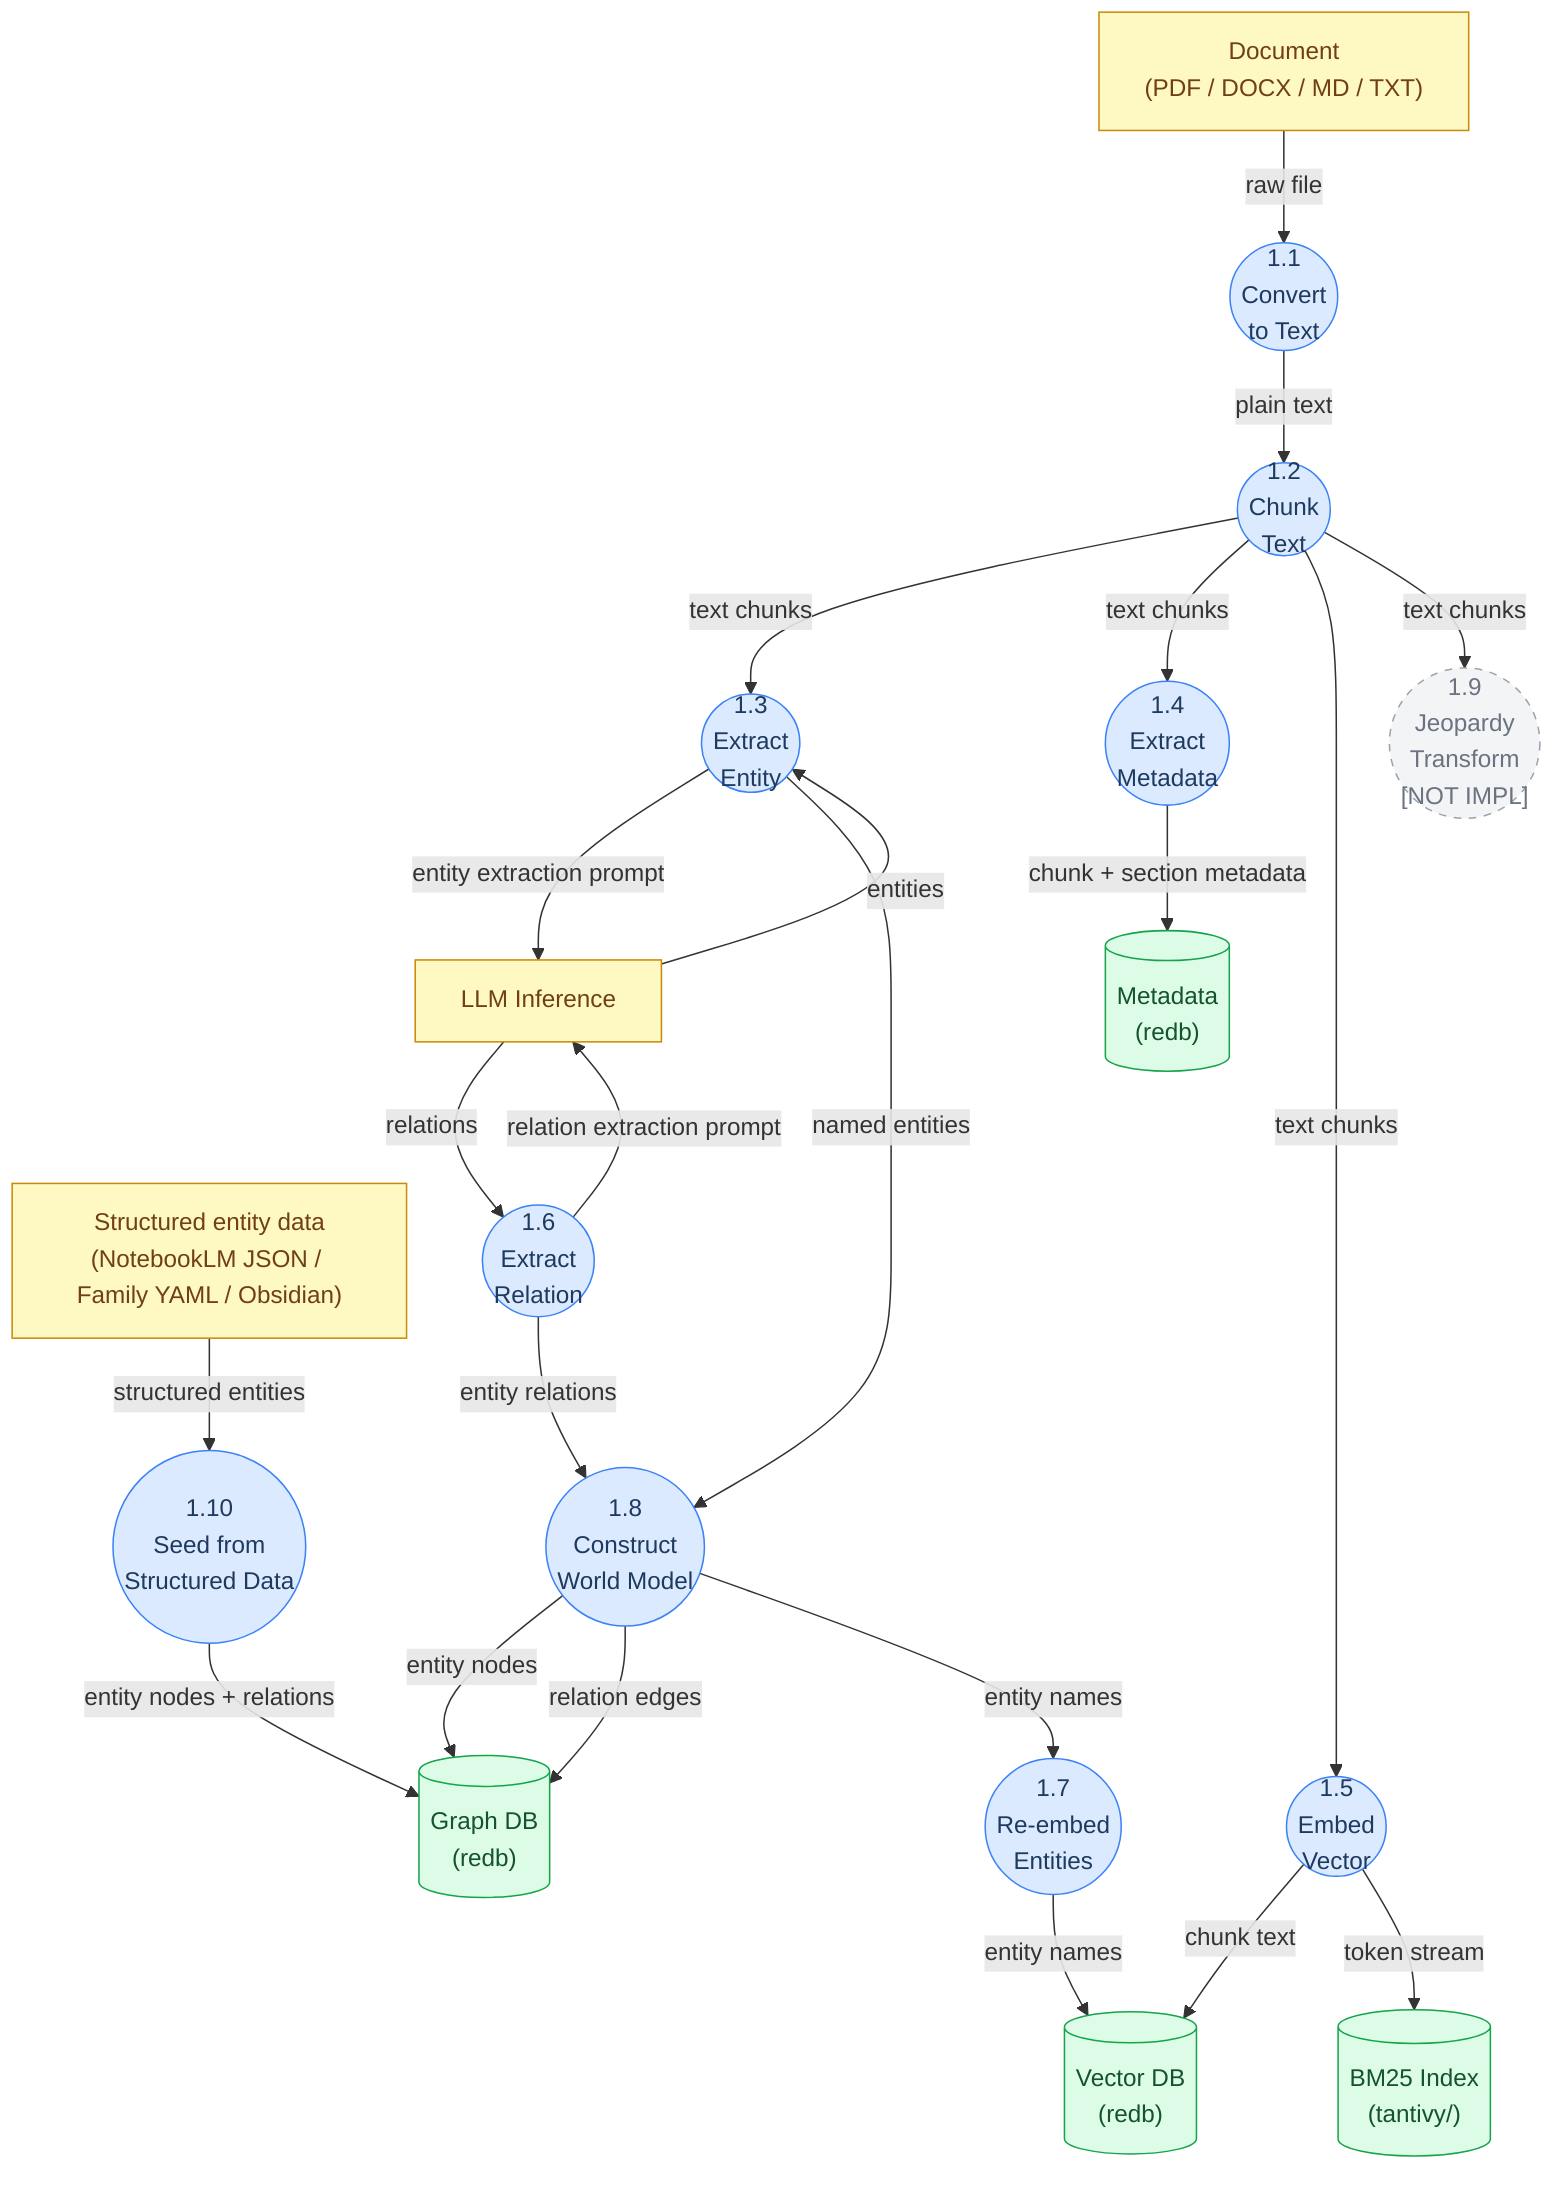
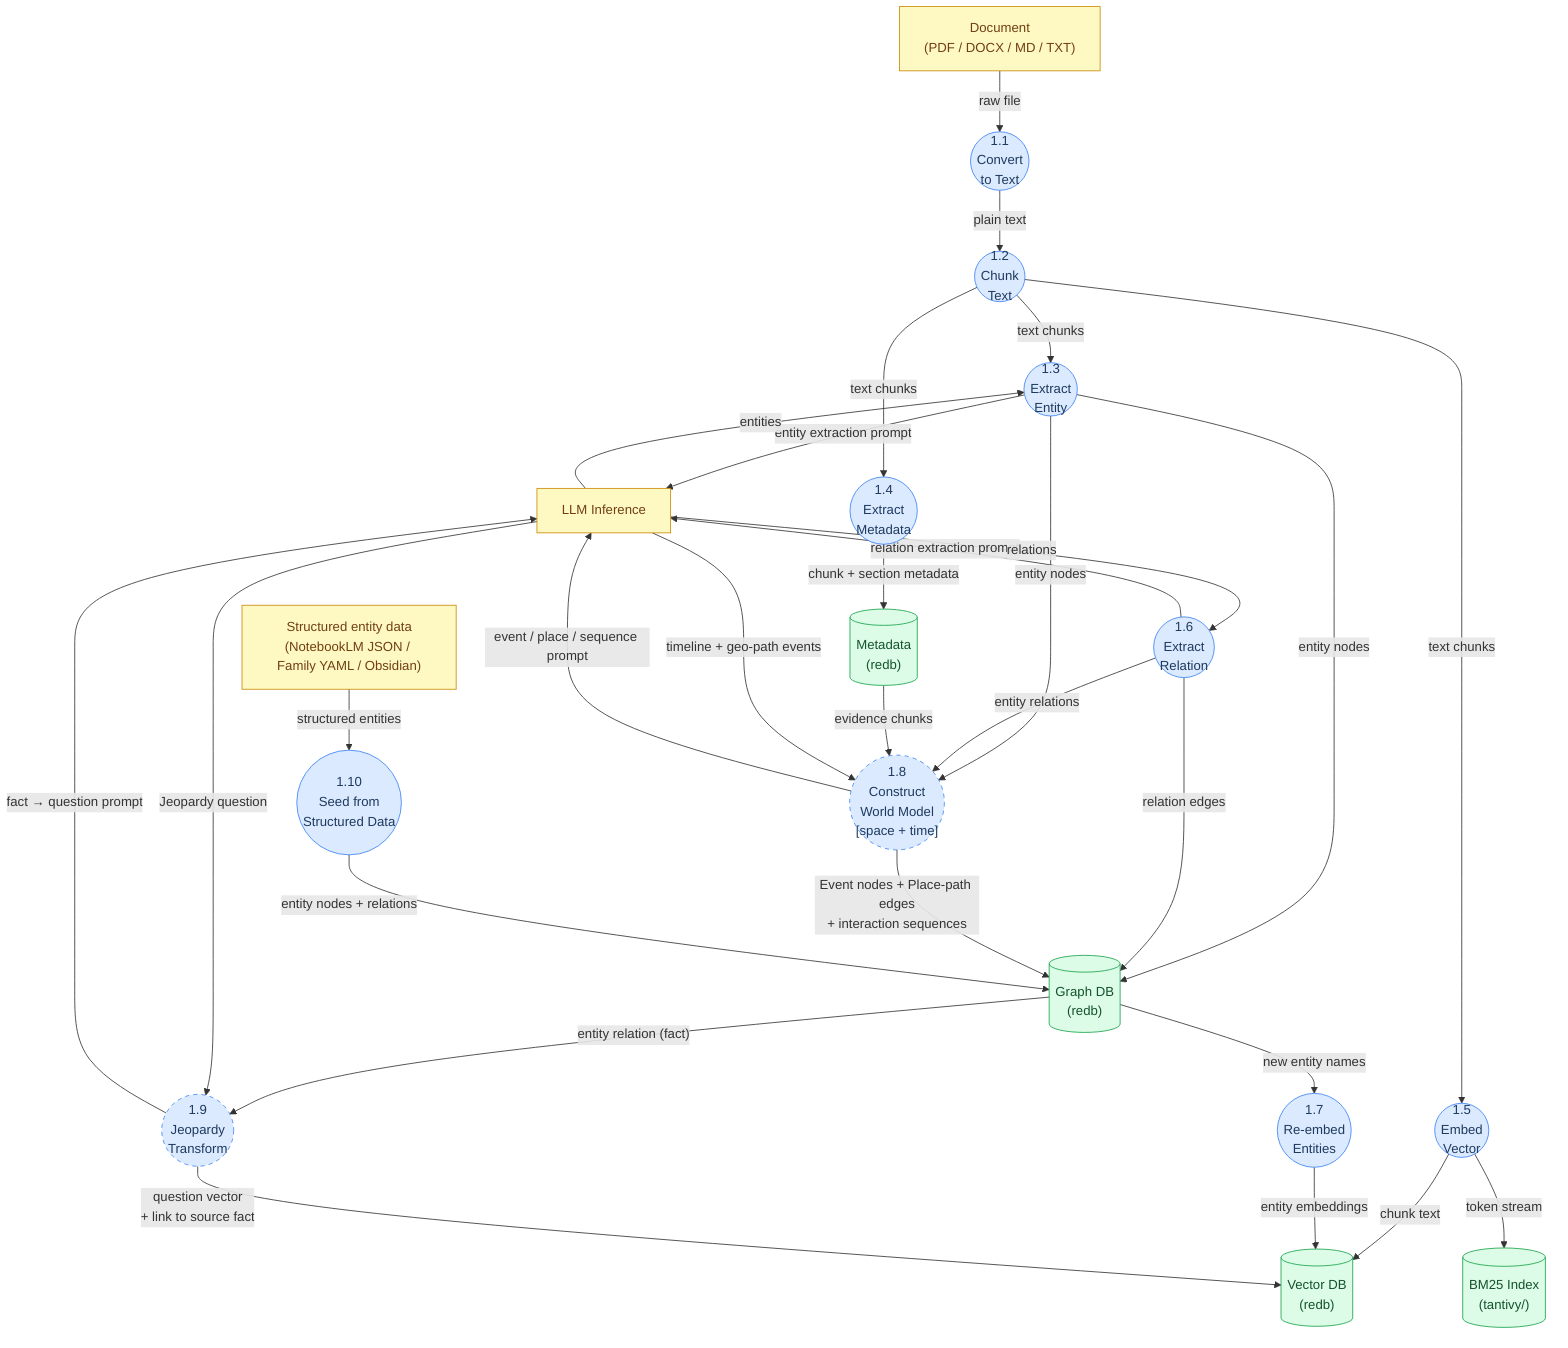
flowchart TD
-     classDef process fill:#dbeafe,stroke:#3b82f6,color:#1e3a5f
+     classDef process  fill:#dbeafe,stroke:#3b82f6,color:#1e3a5f
    classDef external fill:#fef9c3,stroke:#ca8a04,color:#713f12
-     classDef store fill:#dcfce7,stroke:#16a34a,color:#14532d
-     classDef stub fill:#f3f4f6,stroke:#9ca3af,color:#6b7280,stroke-dasharray:5 5
+     classDef store    fill:#dcfce7,stroke:#16a34a,color:#14532d
+     classDef designed fill:#dbeafe,stroke:#3b82f6,color:#1e3a5f,stroke-dasharray:5 5

    DOC["Document\n(PDF / DOCX / MD / TXT)"]:::external
    SEED["Structured entity data\n(NotebookLM JSON / Family YAML / Obsidian)"]:::external
    LLM["LLM Inference"]:::external

    %% Data stores
    VDB[("Vector DB\n(redb)")]:::store
    MDB[("Metadata\n(redb)")]:::store
    GDB[("Graph DB\n(redb)")]:::store
    BM25[("BM25 Index\n(tantivy/)")]:::store

    %% Process nodes
    P11(("1.1\nConvert\nto Text")):::process
    P12(("1.2\nChunk\nText")):::process
    P13(("1.3\nExtract\nEntity")):::process
    P14(("1.4\nExtract\nMetadata")):::process
    P15(("1.5\nEmbed\nVector")):::process
    P16(("1.6\nExtract\nRelation")):::process
    P17(("1.7\nRe-embed\nEntities")):::process
-     P18(("1.8\nConstruct\nWorld Model")):::process
-     P19(("1.9\nJeopardy\nTransform\n[NOT IMPL]")):::stub
+     P18(("1.8\nConstruct\nWorld Model\n[space + time]")):::designed
+     P19(("1.9\nJeopardy\nTransform")):::designed
    P110(("1.10\nSeed from\nStructured Data")):::process

    %% Code annotations
-     %% 1.1 → document.rs : extract_text()
-     %% 1.2 → chunker.rs : split_text()
-     %% 1.3 → graph.rs : extract_from_text()  [entity path]
-     %% 1.4 → meta_store.rs : put_chunks()
-     %% 1.5 → embedder.rs : embed_batch()
-     %% 1.6 → graph.rs : extract_from_text()  [relation path]
-     %% 1.7 → ingestion.rs / dream_tasks.rs
-     %% 1.8 → graph.rs : upsert_entity() + upsert_relation()
-     %% 1.9 → wiki.rs  (stub, not implemented)
+     %% 1.1  → document.rs : extract_text()
+     %% 1.2  → chunker.rs : split_text()
+     %% 1.3  → graph.rs : extract_from_text() [entity path] + upsert_entity()
+     %% 1.4  → meta_store.rs : put_chunks()
+     %% 1.5  → embedder.rs : embed_batch()
+     %% 1.6  → graph.rs : extract_from_text() [relation path] + upsert_relation()
+     %% 1.7  → ingestion.rs / dream_tasks.rs
+     %% 1.8  → [DESIGNED, NOT YET CODED]
+     %%         Maps each entity to space + time:
+     %%         - biographical timeline (events ordered by date)
+     %%         - geographical path (sequence of places visited/mentioned)
+     %%         - interaction sequences (who did what with whom, when/where)
+     %%         Output: Event nodes + Place-path edges added to Graph DB
+     %% 1.9  → [DESIGNED, NOT YET CODED] wiki.rs is a stub
+     %%         Input: entity relation (subject–predicate–object fact) from Graph DB
+     %%         LLM converts fact to a Jeopardy-style question ("What is ___?")
+     %%         Output: question embedding + link to source relation stored in Vector DB
    %% 1.10 → seed_json.rs / family.rs / obsidian.rs

    DOC -->|"raw file"| P11
    P11 -->|"plain text"| P12
    P12 -->|"text chunks"| P13
    P12 -->|"text chunks"| P14
    P12 -->|"text chunks"| P15
-     P12 -->|"text chunks"| P19
+ 
    P13 -->|"entity extraction prompt"| LLM
    LLM -->|"entities"| P13
-     P13 -->|"named entities"| P18
+     P13 -->|"entity nodes"| GDB
+     P13 -->|"entity nodes"| P18
+ 
    P14 -->|"chunk + section metadata"| MDB
+ 
    P15 -->|"chunk text"| VDB
    P15 -->|"token stream"| BM25
+ 
    P16 -->|"relation extraction prompt"| LLM
    LLM -->|"relations"| P16
+     P16 -->|"relation edges"| GDB
    P16 -->|"entity relations"| P18
-     P17 -->|"entity names"| VDB
-     P18 -->|"entity nodes"| GDB
-     P18 -->|"relation edges"| GDB
-     P18 -->|"entity names"| P17
+ 
+     GDB -->|"new entity names"| P17
+     P17 -->|"entity embeddings"| VDB
+ 
+     %% 1.8 World Model (designed — not yet coded)
+     MDB -->|"evidence chunks"| P18
+     P18 -->|"event / place / sequence prompt"| LLM
+     LLM -->|"timeline + geo-path events"| P18
+     P18 -->|"Event nodes + Place-path edges\n+ interaction sequences"| GDB
+ 
+     %% 1.9 Jeopardy Transform (designed — not yet coded)
+     GDB -->|"entity relation (fact)"| P19
+     P19 -->|"fact → question prompt"| LLM
+     LLM -->|"Jeopardy question"| P19
+     P19 -->|"question vector\n+ link to source fact"| VDB

    SEED -->|"structured entities"| P110
    P110 -->|"entity nodes + relations"| GDB
